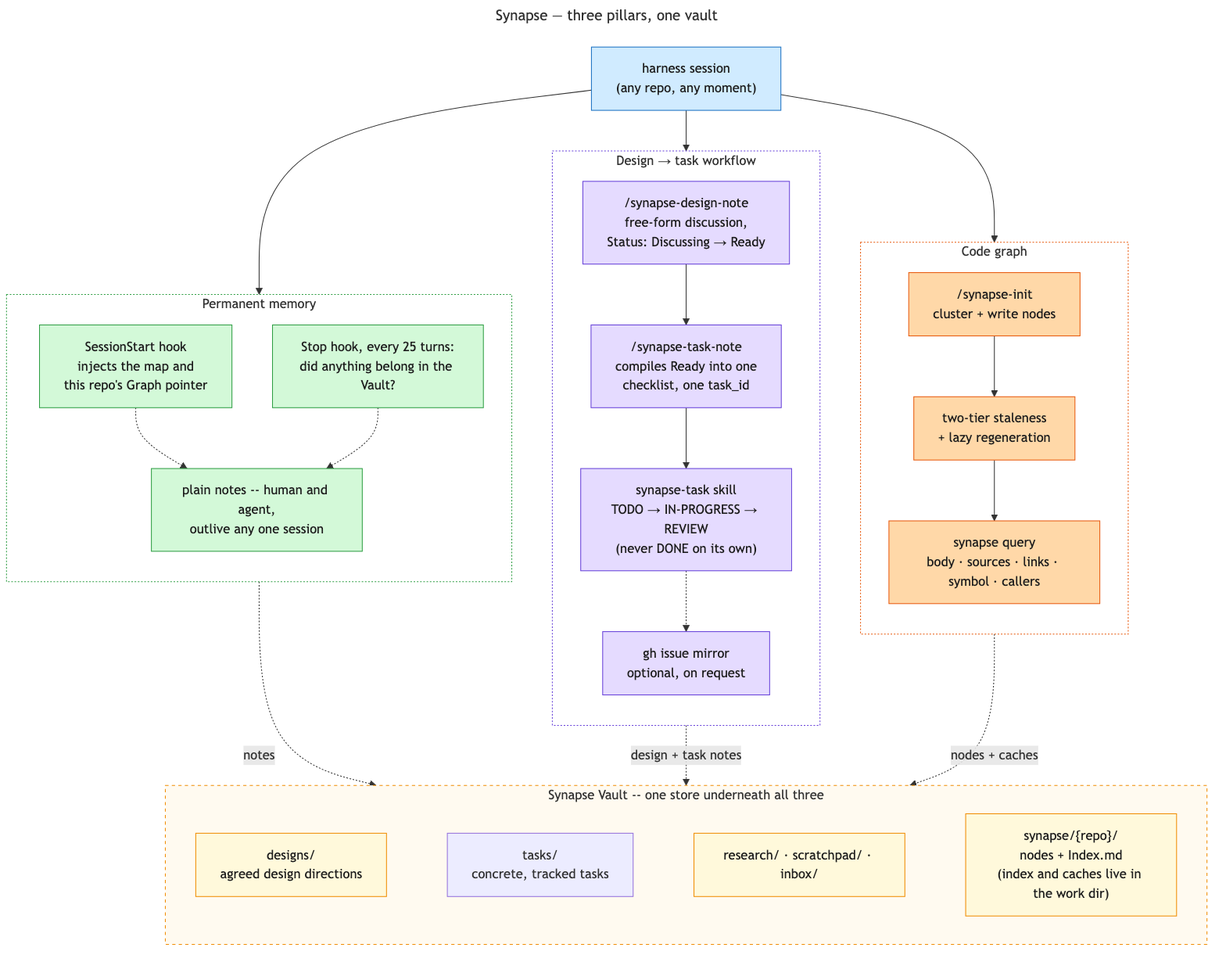
Before: docs/synapse/diagrams/synapse-overview.png, a diagram exported from Mermaid (imunitic/synapse). Its source is kept beside it as docs/synapse/diagrams/synapse-overview.mmd.
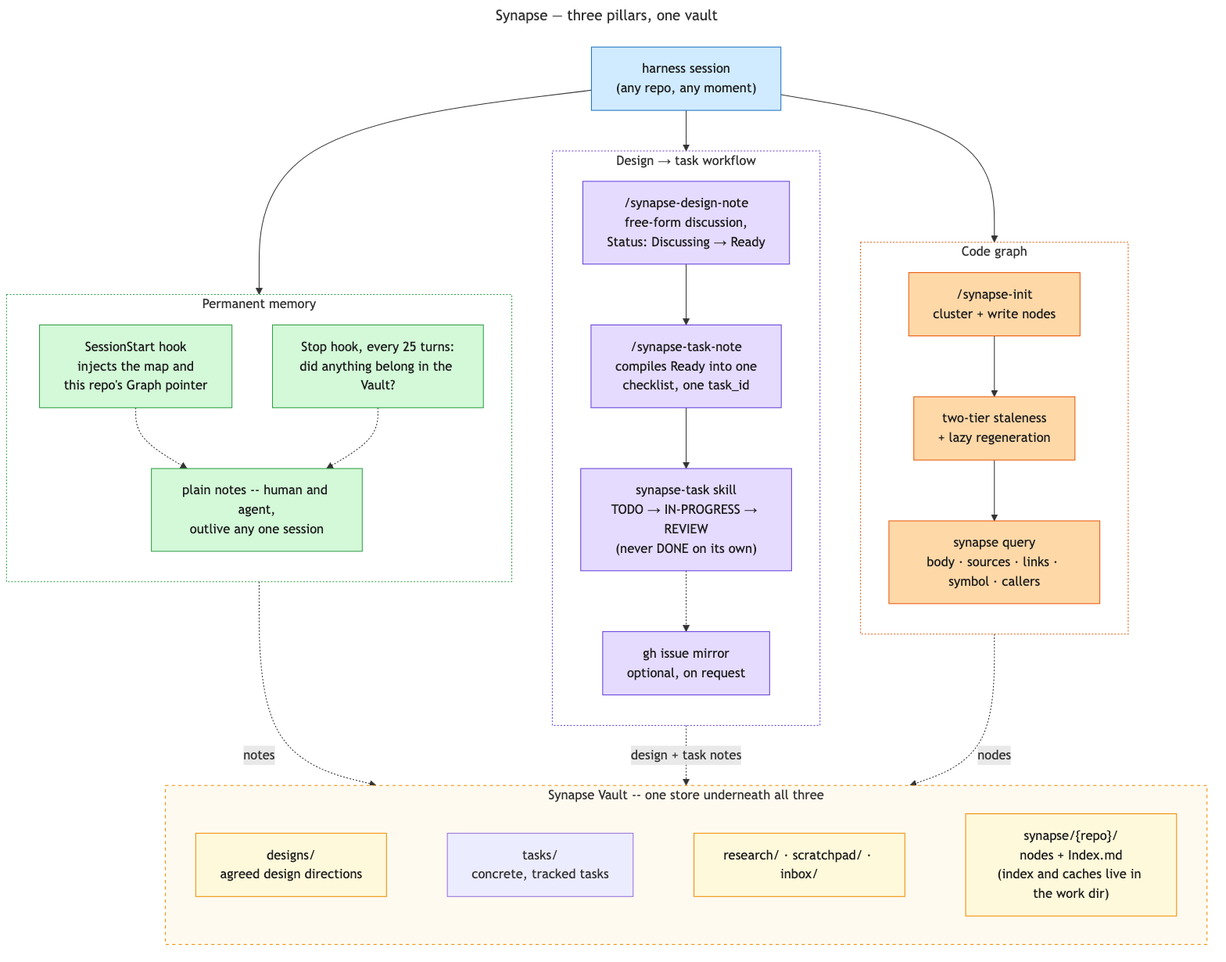
Above is the later version.

Commit message:
docs: correct stale prose and diagram labels

Change to the diagram source:
```diff
@@ -51,7 +51,7 @@
 
     MEM -.->|"notes"| VAULT
     WORK -.->|"design + task notes"| VAULT
-    GRAPH -.->|"nodes + caches"| VAULT
+    GRAPH -.->|"nodes"| VAULT
 
     class SESSION session
     class M1,M2,M3 memory
```
